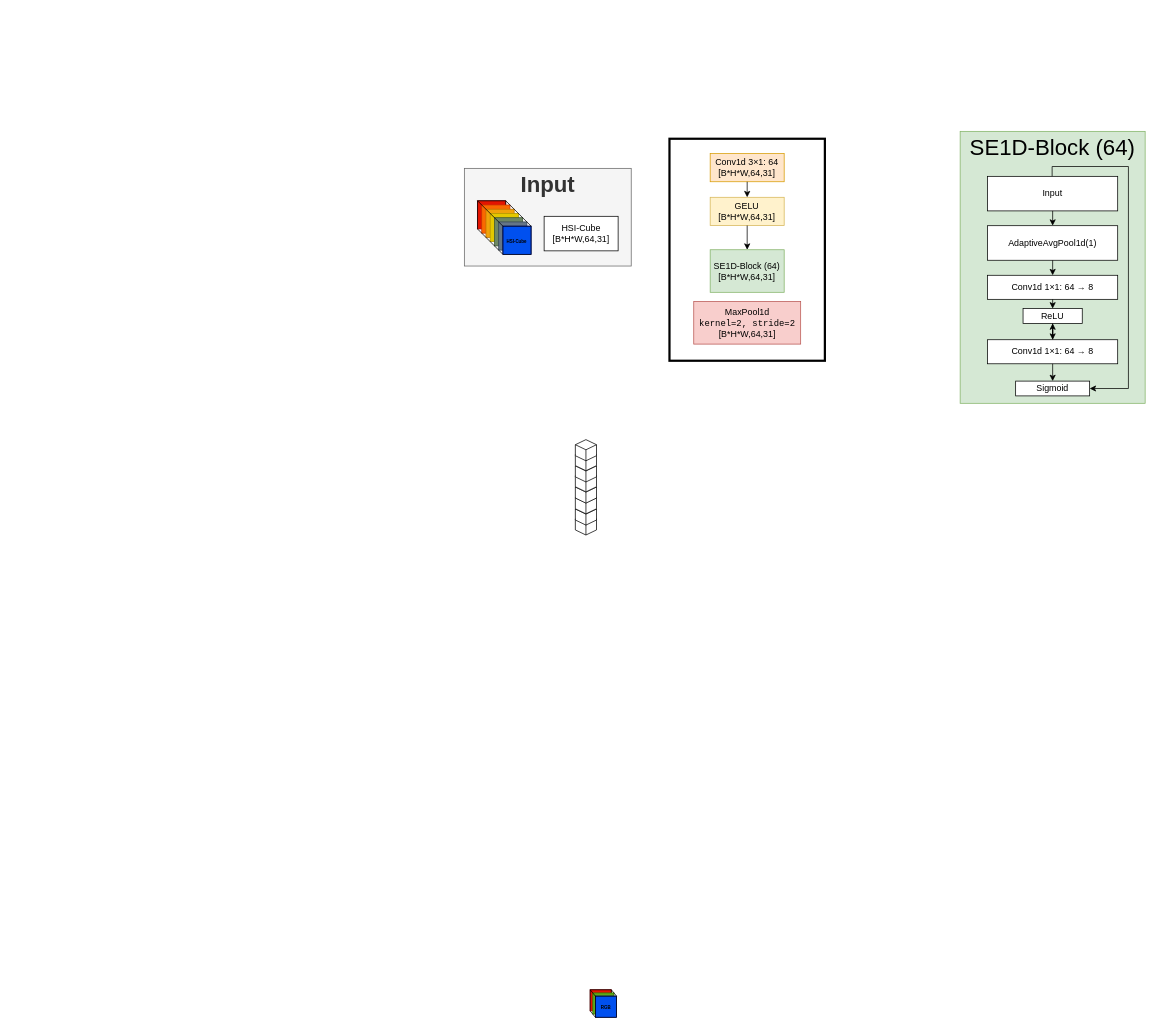
Above: HYDRA_v1.drawio in Kevb-source/diagramms.net (draw.io), before the change. Source tidied: cells renumbered, new cells numbered last; positions are measured from the earlier drawing's top-left corner, leaving out a move shared by most shapes. Both pictures are drawn from the tidied source at 74%, with x=0, y=0 at pixel (464, 131).
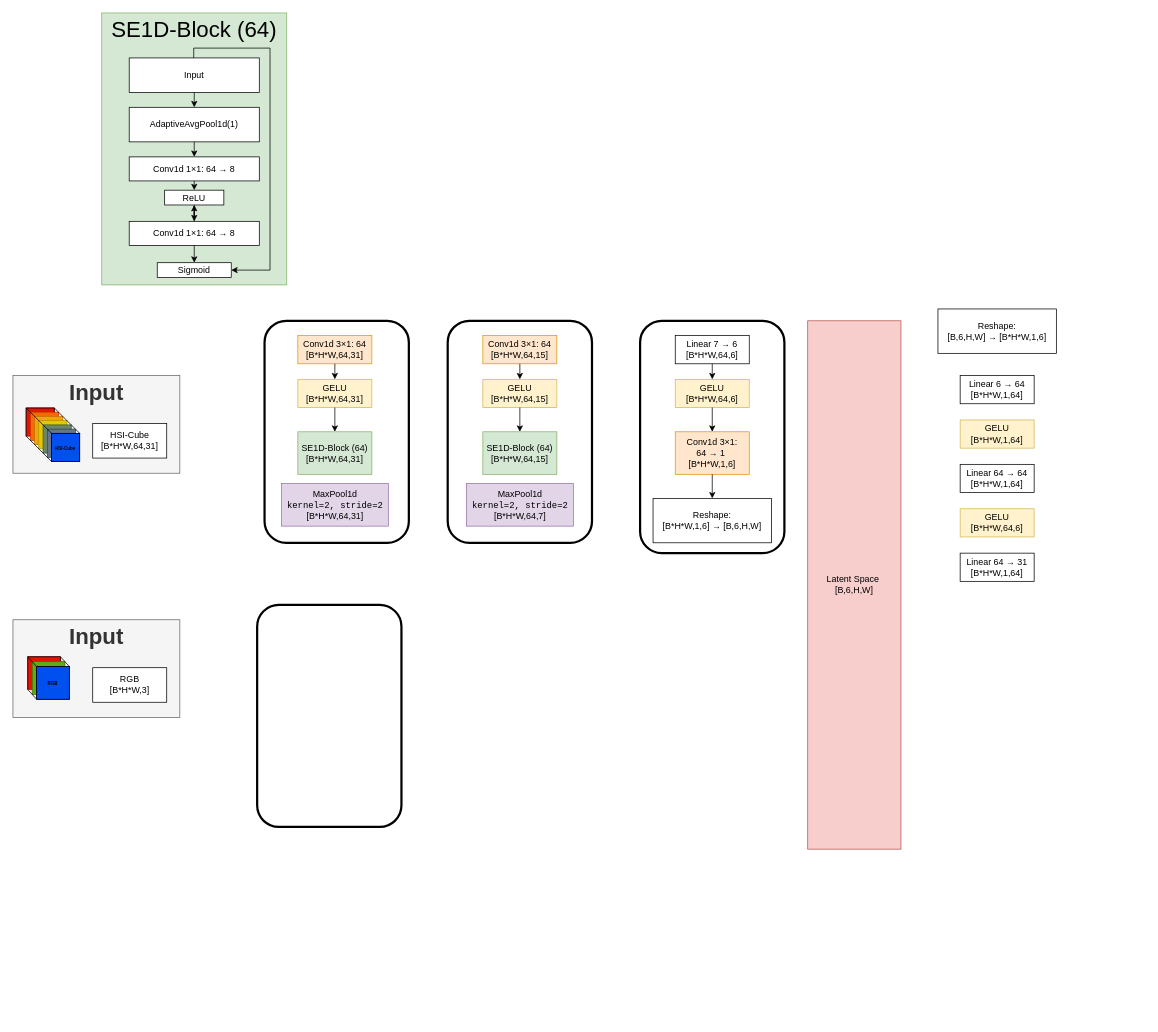
Above is the later version.

What changed in the source:
```diff
@@
-    <mxCell id="2" style="rounded=0;whiteSpace=wrap;html=1;fillColor=none;strokeWidth=3;" parent="1" vertex="1">
-      <mxGeometry x="277.2" y="10" width="210" height="300" as="geometry" />
-    </mxCell>
-    <mxCell id="3" style="group;" parent="1" vertex="1">
-      <mxGeometry x="200" y="870" width="50" height="60" as="geometry" />
-    </mxCell>
-    <mxCell id="4" style="group;" parent="3" vertex="1">
-      <mxGeometry x="-30" y="290" width="35.7" height="37.1" as="geometry" />
-    </mxCell>
-    <mxCell id="5" style="whiteSpace=wrap;html=1;fillColor=#e51400;fontColor=#ffffff;strokeColor=#B20000;" parent="4" vertex="1">
-      <mxGeometry width="28.6" height="28.6" as="geometry" />
-    </mxCell>
-    <mxCell id="6" style="endArrow=none;html=1;rounded=0;entryX=1;entryY=0;entryDx=0;entryDy=0;exitX=1;exitY=1;exitDx=0;exitDy=0;" parent="4" edge="1" source="5" target="5">
-      <mxGeometry relative="1" as="geometry" />
-    </mxCell>
-    <mxCell id="7" style="whiteSpace=wrap;html=1;fillColor=#60a917;fontColor=#ffffff;strokeColor=#2D7600;" parent="4" vertex="1">
-      <mxGeometry x="3.6" y="4.3" width="28.6" height="28.6" as="geometry" />
-    </mxCell>
-    <mxCell id="8" style="whiteSpace=wrap;html=1;fillColor=#0050ef;strokeColor=#001DBC;fontColor=#ffffff;" parent="4" vertex="1">
-      <mxGeometry x="7.1" y="8.6" width="28.6" height="28.6" as="geometry" />
-    </mxCell>
-    <mxCell id="9" value="&lt;b&gt;&lt;font style=&quot;font-size: 6px;&quot;&gt;RGB&lt;/font&gt;&lt;/b&gt;" style="whiteSpace=wrap;html=1;fillColor=none;align=center;" parent="4" vertex="1">
-      <mxGeometry x="7.1" y="8.6" width="28.6" height="28.6" as="geometry" />
-    </mxCell>
-    <mxCell id="10" style="endArrow=none;html=1;rounded=0;entryX=1;entryY=0;entryDx=0;entryDy=0;exitX=1;exitY=0;exitDx=0;exitDy=0;" parent="4" edge="1" source="5" target="9">
-      <mxGeometry relative="1" as="geometry" />
-    </mxCell>
-    <mxCell id="11" style="endArrow=none;html=1;rounded=0;entryX=0;entryY=0;entryDx=0;entryDy=0;exitX=0;exitY=0;exitDx=0;exitDy=0;" parent="4" edge="1" source="5" target="9">
-      <mxGeometry relative="1" as="geometry" />
-    </mxCell>
-    <mxCell id="12" style="endArrow=none;html=1;rounded=0;entryX=0;entryY=1;entryDx=0;entryDy=0;exitX=0;exitY=1;exitDx=0;exitDy=0;" parent="4" edge="1" source="5" target="9">
-      <mxGeometry relative="1" as="geometry" />
-    </mxCell>
-    <mxCell id="13" style="endArrow=none;html=1;rounded=0;entryX=0;entryY=0;entryDx=0;entryDy=0;exitX=1;exitY=0;exitDx=0;exitDy=0;" parent="4" edge="1">
-      <mxGeometry relative="1" as="geometry">
-        <mxPoint x="28.6" as="sourcePoint" />
-        <mxPoint as="targetPoint" />
-      </mxGeometry>
-    </mxCell>
-    <mxCell id="14" style="endArrow=none;html=1;rounded=0;entryX=0;entryY=0;entryDx=0;entryDy=0;exitX=0;exitY=1;exitDx=0;exitDy=0;" parent="4" edge="1" source="5" target="5">
-      <mxGeometry relative="1" as="geometry" />
-    </mxCell>
-    <mxCell id="15" value="&lt;div&gt;Conv1d 3×1: 64&lt;/div&gt;&lt;div&gt;[B*H*W,64,31]&lt;/div&gt;" style="rounded=0;whiteSpace=wrap;html=1;fillColor=#ffe6cc;strokeColor=#d79b00;" parent="1" vertex="1">
-      <mxGeometry x="332.2" y="30" width="100" height="38.1" as="geometry" />
-    </mxCell>
     <mxCell id="16" style="group;" parent="1" vertex="1">
-      <mxGeometry x="670" width="250" height="367.5" as="geometry" />
+      <mxGeometry x="-490" y="-160" width="250" height="367.5" as="geometry" />
     </mxCell>
@@
-    <mxCell id="31" style="group;" parent="1" vertex="1">
-      <mxGeometry x="150" y="430" width="28.6" height="115.5" as="geometry" />
-    </mxCell>
-    <mxCell id="32" style="html=1;whiteSpace=wrap;shape=isoCube2;backgroundOutline=1;isoAngle=15;" parent="31" vertex="1">
-      <mxGeometry y="86.9" width="28.6" height="28.6" as="geometry" />
-    </mxCell>
-    <mxCell id="33" style="html=1;whiteSpace=wrap;shape=isoCube2;backgroundOutline=1;isoAngle=15;" parent="31" vertex="1">
-      <mxGeometry y="73.5" width="28.6" height="28.6" as="geometry" />
-    </mxCell>
-    <mxCell id="34" style="html=1;whiteSpace=wrap;shape=isoCube2;backgroundOutline=1;isoAngle=15;" parent="31" vertex="1">
-      <mxGeometry y="58.3" width="28.6" height="28.6" as="geometry" />
-    </mxCell>
-    <mxCell id="35" style="html=1;whiteSpace=wrap;shape=isoCube2;backgroundOutline=1;isoAngle=15;" parent="31" vertex="1">
-      <mxGeometry y="43.8" width="28.6" height="28.6" as="geometry" />
-    </mxCell>
-    <mxCell id="36" style="html=1;whiteSpace=wrap;shape=isoCube2;backgroundOutline=1;isoAngle=15;" parent="31" vertex="1">
-      <mxGeometry y="28.6" width="28.6" height="28.6" as="geometry" />
-    </mxCell>
-    <mxCell id="37" style="html=1;whiteSpace=wrap;shape=isoCube2;backgroundOutline=1;isoAngle=15;" parent="31" vertex="1">
-      <mxGeometry y="15.2" width="28.6" height="28.6" as="geometry" />
-    </mxCell>
-    <mxCell id="38" style="html=1;whiteSpace=wrap;shape=isoCube2;backgroundOutline=1;isoAngle=15;" parent="31" vertex="1">
-      <mxGeometry width="28.6" height="28.6" as="geometry" />
-    </mxCell>
-    <mxCell id="39" style="html=1;whiteSpace=wrap;shape=isoCube2;backgroundOutline=1;isoAngle=15;" parent="31" vertex="1">
-      <mxGeometry y="-13.4" width="28.6" height="28.6" as="geometry" />
-    </mxCell>
-    <mxCell id="40" value="&lt;div&gt;GELU&lt;/div&gt;[B*H*W,64,31]" style="rounded=0;whiteSpace=wrap;html=1;fillColor=#fff2cc;strokeColor=#d6b656;" parent="1" vertex="1">
-      <mxGeometry x="332.2" y="89.1" width="100" height="38.1" as="geometry" />
-    </mxCell>
-    <mxCell id="41" value="&lt;div&gt;SE1D-Block (64)&lt;/div&gt;&lt;div&gt;[B*H*W,64,31]&lt;/div&gt;" style="rounded=0;whiteSpace=wrap;html=1;fillColor=#d5e8d4;strokeColor=#82b366;" parent="1" vertex="1">
-      <mxGeometry x="332.2" y="160" width="100" height="57.5" as="geometry" />
-    </mxCell>
-    <mxCell id="42" style="endArrow=classic;html=1;rounded=0;exitX=0.5;exitY=1;exitDx=0;exitDy=0;" parent="1" edge="1" source="15" target="40">
-      <mxGeometry relative="1" as="geometry" />
-    </mxCell>
-    <mxCell id="43" style="endArrow=classic;html=1;rounded=0;exitX=0.5;exitY=1;exitDx=0;exitDy=0;entryX=0.5;entryY=0;entryDx=0;entryDy=0;" parent="1" edge="1" source="40" target="41">
-      <mxGeometry relative="1" as="geometry" />
-    </mxCell>
-    <mxCell id="44" value="&lt;div&gt;MaxPool1d&lt;code&gt;&lt;span&gt;&lt;br&gt;kernel=2, stride=2&lt;/span&gt;&lt;/code&gt;&lt;/div&gt;&lt;div&gt;[B*H*W,64,31]&lt;/div&gt;" style="rounded=0;whiteSpace=wrap;html=1;fillColor=#f8cecc;strokeColor=#b85450;" parent="1" vertex="1">
-      <mxGeometry x="310" y="230" width="144.5" height="57.5" as="geometry" />
-    </mxCell>
     <mxCell id="45" style="group;" parent="1" vertex="1">
-      <mxGeometry y="50" width="225.5" height="132" as="geometry" />
+      <mxGeometry x="-610" y="330" width="225.5" height="132" as="geometry" />
     </mxCell>
@@
+    <mxCell id="63" style="group;strokeWidth=4;" parent="1" vertex="1">
+      <mxGeometry x="-280" y="256" width="210" height="300" as="geometry" />
+    </mxCell>
+    <mxCell id="15" value="&lt;div&gt;Conv1d 3×1: 64&lt;/div&gt;&lt;div&gt;[B*H*W,64,31]&lt;/div&gt;" style="rounded=0;whiteSpace=wrap;html=1;fillColor=#ffe6cc;strokeColor=#d79b00;" parent="63" vertex="1">
+      <mxGeometry x="55" y="20" width="100" height="38.1" as="geometry" />
+    </mxCell>
+    <mxCell id="40" value="&lt;div&gt;GELU&lt;/div&gt;[B*H*W,64,31]" style="rounded=0;whiteSpace=wrap;html=1;fillColor=#fff2cc;strokeColor=#d6b656;" parent="63" vertex="1">
+      <mxGeometry x="55" y="79.1" width="100" height="38.1" as="geometry" />
+    </mxCell>
+    <mxCell id="41" value="&lt;div&gt;SE1D-Block (64)&lt;/div&gt;&lt;div&gt;[B*H*W,64,31]&lt;/div&gt;" style="rounded=0;whiteSpace=wrap;html=1;fillColor=#d5e8d4;strokeColor=#82b366;" parent="63" vertex="1">
+      <mxGeometry x="55" y="150" width="100" height="57.5" as="geometry" />
+    </mxCell>
+    <mxCell id="42" style="endArrow=classic;html=1;rounded=0;exitX=0.5;exitY=1;exitDx=0;exitDy=0;" parent="63" edge="1" source="15" target="40">
+      <mxGeometry relative="1" as="geometry" />
+    </mxCell>
+    <mxCell id="43" style="endArrow=classic;html=1;rounded=0;exitX=0.5;exitY=1;exitDx=0;exitDy=0;entryX=0.5;entryY=0;entryDx=0;entryDy=0;" parent="63" edge="1" source="40" target="41">
+      <mxGeometry relative="1" as="geometry" />
+    </mxCell>
+    <mxCell id="44" value="&lt;div&gt;MaxPool1d&lt;code&gt;&lt;span&gt;&lt;br&gt;kernel=2, stride=2&lt;/span&gt;&lt;/code&gt;&lt;/div&gt;&lt;div&gt;[B*H*W,64,31]&lt;/div&gt;" style="rounded=0;whiteSpace=wrap;html=1;fillColor=#e1d5e7;strokeColor=#9673a6;" parent="63" vertex="1">
+      <mxGeometry x="32.8" y="220" width="144.5" height="57.5" as="geometry" />
+    </mxCell>
+    <mxCell id="64" style="rounded=1;whiteSpace=wrap;html=1;fillColor=none;strokeWidth=3;" parent="63" vertex="1">
+      <mxGeometry x="10" width="195" height="300" as="geometry" />
+    </mxCell>
+    <mxCell id="65" style="group;" parent="1" vertex="1">
+      <mxGeometry x="-30" y="256" width="210" height="300" as="geometry" />
+    </mxCell>
+    <mxCell id="66" value="&lt;div&gt;Conv1d 3×1: 64&lt;/div&gt;&lt;div&gt;[B*H*W,64,15]&lt;/div&gt;" style="rounded=0;whiteSpace=wrap;html=1;fillColor=#ffe6cc;strokeColor=#d79b00;" parent="65" vertex="1">
+      <mxGeometry x="55" y="20" width="100" height="38.1" as="geometry" />
+    </mxCell>
+    <mxCell id="67" value="&lt;div&gt;GELU&lt;/div&gt;[B*H*W,64,15]" style="rounded=0;whiteSpace=wrap;html=1;fillColor=#fff2cc;strokeColor=#d6b656;" parent="65" vertex="1">
+      <mxGeometry x="55" y="79.1" width="100" height="38.1" as="geometry" />
+    </mxCell>
+    <mxCell id="68" value="&lt;div&gt;SE1D-Block (64)&lt;/div&gt;&lt;div&gt;[B*H*W,64,15]&lt;/div&gt;" style="rounded=0;whiteSpace=wrap;html=1;fillColor=#d5e8d4;strokeColor=#82b366;" parent="65" vertex="1">
+      <mxGeometry x="55" y="150" width="100" height="57.5" as="geometry" />
+    </mxCell>
+    <mxCell id="69" style="endArrow=classic;html=1;rounded=0;exitX=0.5;exitY=1;exitDx=0;exitDy=0;" parent="65" edge="1" source="66" target="67">
+      <mxGeometry relative="1" as="geometry" />
+    </mxCell>
+    <mxCell id="70" style="endArrow=classic;html=1;rounded=0;exitX=0.5;exitY=1;exitDx=0;exitDy=0;entryX=0.5;entryY=0;entryDx=0;entryDy=0;" parent="65" edge="1" source="67" target="68">
+      <mxGeometry relative="1" as="geometry" />
+    </mxCell>
+    <mxCell id="71" value="&lt;div&gt;MaxPool1d&lt;code&gt;&lt;span&gt;&lt;br&gt;kernel=2, stride=2&lt;/span&gt;&lt;/code&gt;&lt;/div&gt;&lt;div&gt;[B*H*W,64,7]&lt;/div&gt;" style="rounded=0;whiteSpace=wrap;html=1;fillColor=#e1d5e7;strokeColor=#9673a6;" parent="65" vertex="1">
+      <mxGeometry x="32.8" y="220" width="144.5" height="57.5" as="geometry" />
+    </mxCell>
+    <mxCell id="72" style="rounded=1;whiteSpace=wrap;html=1;fillColor=none;strokeWidth=3;" parent="65" vertex="1">
+      <mxGeometry x="7.5" width="195" height="300" as="geometry" />
+    </mxCell>
+    <mxCell id="73" value="&lt;div&gt;Latent Space&amp;nbsp;&lt;/div&gt;&lt;div&gt;[B,6,H,W]&lt;/div&gt;" style="rounded=0;whiteSpace=wrap;html=1;fillColor=#f8cecc;strokeColor=#b85450;" parent="1" vertex="1">
+      <mxGeometry x="464" y="256" width="126" height="714" as="geometry" />
+    </mxCell>
+    <mxCell id="74" style="group;" parent="1" vertex="1">
+      <mxGeometry x="237.5" y="256" width="195" height="314" as="geometry" />
+    </mxCell>
+    <mxCell id="75" style="rounded=1;whiteSpace=wrap;html=1;fillColor=none;strokeWidth=3;" parent="74" vertex="1">
+      <mxGeometry width="195" height="314" as="geometry" />
+    </mxCell>
+    <mxCell id="76" value="&lt;div&gt;Linear 7&amp;nbsp;→&amp;nbsp;6&lt;/div&gt;&lt;div&gt;[B*H*W,64,6]&lt;/div&gt;" style="rounded=0;whiteSpace=wrap;html=1;" parent="74" vertex="1">
+      <mxGeometry x="47.5" y="20" width="100" height="38.1" as="geometry" />
+    </mxCell>
+    <mxCell id="77" value="&lt;div&gt;GELU&lt;/div&gt;[B*H*W,64,6]" style="rounded=0;whiteSpace=wrap;html=1;fillColor=#fff2cc;strokeColor=#d6b656;" parent="74" vertex="1">
+      <mxGeometry x="47.5" y="79.1" width="100" height="38.1" as="geometry" />
+    </mxCell>
+    <mxCell id="78" value="&lt;div&gt;Conv1d 3×1: 64&amp;nbsp;→ 1&amp;nbsp;&lt;/div&gt;&lt;div&gt;[B*H*W,1,6]&lt;/div&gt;" style="rounded=0;whiteSpace=wrap;html=1;fillColor=#ffe6cc;strokeColor=#d79b00;" parent="74" vertex="1">
+      <mxGeometry x="47.5" y="150" width="100" height="57.5" as="geometry" />
+    </mxCell>
+    <mxCell id="79" style="endArrow=classic;html=1;rounded=0;exitX=0.5;exitY=1;exitDx=0;exitDy=0;" parent="74" edge="1" source="76" target="77">
+      <mxGeometry relative="1" as="geometry" />
+    </mxCell>
+    <mxCell id="80" style="endArrow=classic;html=1;rounded=0;exitX=0.5;exitY=1;exitDx=0;exitDy=0;entryX=0.5;entryY=0;entryDx=0;entryDy=0;" parent="74" edge="1" source="77" target="78">
+      <mxGeometry relative="1" as="geometry" />
+    </mxCell>
+    <mxCell id="81" value="Reshape:&lt;div&gt;[B*H*W,1,6]&amp;nbsp;→&amp;nbsp;[B,6,H,W]&lt;/div&gt;" style="rounded=0;whiteSpace=wrap;html=1;" parent="74" vertex="1">
+      <mxGeometry x="17.5" y="240" width="160" height="60" as="geometry" />
+    </mxCell>
+    <mxCell id="82" style="endArrow=classic;html=1;rounded=0;exitX=0.5;exitY=1;exitDx=0;exitDy=0;entryX=0.5;entryY=0;entryDx=0;entryDy=0;" parent="74" edge="1" source="78" target="81">
+      <mxGeometry relative="1" as="geometry" />
+    </mxCell>
+    <mxCell id="83" style="group;" parent="1" vertex="1">
+      <mxGeometry x="-610" y="660" width="225.5" height="132" as="geometry" />
+    </mxCell>
+    <mxCell id="84" value="&lt;br&gt;&lt;h1 align=&quot;center&quot;&gt;&lt;b&gt;&lt;font style=&quot;font-size: 30px;&quot;&gt;Input&lt;/font&gt;&lt;/b&gt;&lt;/h1&gt;&lt;div&gt;&lt;br&gt;&lt;/div&gt;&lt;div&gt;&lt;br&gt;&lt;/div&gt;&lt;div&gt;&lt;br&gt;&lt;/div&gt;&lt;div&gt;&lt;br&gt;&lt;/div&gt;&lt;div&gt;&lt;br&gt;&lt;/div&gt;&lt;div&gt;&lt;br&gt;&lt;/div&gt;&lt;div&gt;&lt;br&gt;&lt;/div&gt;" style="rounded=0;whiteSpace=wrap;html=1;fillColor=#f5f5f5;strokeColor=#666666;fontColor=#333333;align=center;" parent="83" vertex="1">
+      <mxGeometry width="225.5" height="132" as="geometry" />
+    </mxCell>
+    <mxCell id="85" style="group;" parent="83" vertex="1">
+      <mxGeometry x="20" y="50" width="60" height="57.5" as="geometry" />
+    </mxCell>
+    <mxCell id="86" style="whiteSpace=wrap;html=1;fillColor=#e51400;fontColor=#ffffff;strokeColor=#B20000;" parent="85" vertex="1">
+      <mxGeometry width="44.2" height="44.2" as="geometry" />
+    </mxCell>
+    <mxCell id="87" style="endArrow=none;html=1;rounded=0;entryX=1;entryY=0;entryDx=0;entryDy=0;exitX=1;exitY=1;exitDx=0;exitDy=0;" parent="85" edge="1" source="86" target="86">
+      <mxGeometry relative="1" as="geometry" />
+    </mxCell>
+    <mxCell id="88" style="whiteSpace=wrap;html=1;fillColor=#60a917;fontColor=#ffffff;strokeColor=#2D7600;" parent="85" vertex="1">
+      <mxGeometry x="6" y="6.6" width="44.2" height="44.2" as="geometry" />
+    </mxCell>
+    <mxCell id="89" style="whiteSpace=wrap;html=1;fillColor=#0050ef;strokeColor=#001DBC;fontColor=#ffffff;" parent="85" vertex="1">
+      <mxGeometry x="12" y="13.3" width="44.2" height="44.2" as="geometry" />
+    </mxCell>
+    <mxCell id="9" value="&lt;b&gt;&lt;font style=&quot;font-size: 6px;&quot;&gt;RGB&lt;/font&gt;&lt;/b&gt;" style="whiteSpace=wrap;html=1;fillColor=none;align=center;" parent="85" vertex="1">
+      <mxGeometry x="12" y="13.3" width="44.2" height="44.2" as="geometry" />
+    </mxCell>
+    <mxCell id="90" style="endArrow=none;html=1;rounded=0;entryX=1;entryY=0;entryDx=0;entryDy=0;exitX=1;exitY=0;exitDx=0;exitDy=0;" parent="85" edge="1" source="86" target="9">
+      <mxGeometry relative="1" as="geometry" />
+    </mxCell>
+    <mxCell id="91" style="endArrow=none;html=1;rounded=0;entryX=0;entryY=0;entryDx=0;entryDy=0;exitX=0;exitY=0;exitDx=0;exitDy=0;" parent="85" edge="1" source="86" target="9">
+      <mxGeometry relative="1" as="geometry" />
+    </mxCell>
+    <mxCell id="92" style="endArrow=none;html=1;rounded=0;entryX=0;entryY=1;entryDx=0;entryDy=0;exitX=0;exitY=1;exitDx=0;exitDy=0;" parent="85" edge="1" source="86" target="9">
+      <mxGeometry relative="1" as="geometry" />
+    </mxCell>
+    <mxCell id="93" style="endArrow=none;html=1;rounded=0;entryX=0;entryY=0;entryDx=0;entryDy=0;exitX=1;exitY=0;exitDx=0;exitDy=0;" parent="85" edge="1" source="86">
+      <mxGeometry relative="1" as="geometry">
+        <mxPoint as="targetPoint" />
+      </mxGeometry>
+    </mxCell>
+    <mxCell id="94" style="endArrow=none;html=1;rounded=0;entryX=0;entryY=0;entryDx=0;entryDy=0;exitX=0;exitY=1;exitDx=0;exitDy=0;" parent="85" edge="1" source="86" target="86">
+      <mxGeometry relative="1" as="geometry" />
+    </mxCell>
+    <mxCell id="95" value="RGB&lt;br&gt;[B*H*W,3]" style="rounded=0;whiteSpace=wrap;html=1;" parent="83" vertex="1">
+      <mxGeometry x="107.8" y="64.8" width="100" height="46.7" as="geometry" />
+    </mxCell>
+    <mxCell id="96" style="rounded=1;whiteSpace=wrap;html=1;fillColor=none;strokeWidth=3;" parent="1" vertex="1">
+      <mxGeometry x="-280" y="640" width="195" height="300" as="geometry" />
+    </mxCell>
+    <mxCell id="97" value="&lt;div&gt;Linear 6 → 64&lt;/div&gt;&lt;div&gt;[B*H*W,1,64]&lt;/div&gt;" style="rounded=0;whiteSpace=wrap;html=1;" parent="1" vertex="1">
+      <mxGeometry x="670" y="330" width="100" height="38.1" as="geometry" />
+    </mxCell>
+    <mxCell id="98" value="&lt;div&gt;GELU&lt;/div&gt;[B*H*W,1,64]" style="rounded=0;whiteSpace=wrap;html=1;fillColor=#fff2cc;strokeColor=#d6b656;" parent="1" vertex="1">
+      <mxGeometry x="670" y="390" width="100" height="38.1" as="geometry" />
+    </mxCell>
+    <mxCell id="99" value="&lt;div&gt;Linear 64 → 64&lt;/div&gt;&lt;div&gt;[B*H*W,1,64]&lt;/div&gt;" style="rounded=0;whiteSpace=wrap;html=1;" parent="1" vertex="1">
+      <mxGeometry x="670" y="450" width="100" height="38.1" as="geometry" />
+    </mxCell>
+    <mxCell id="100" value="&lt;div&gt;GELU&lt;/div&gt;[B*H*W,64,6]" style="rounded=0;whiteSpace=wrap;html=1;fillColor=#fff2cc;strokeColor=#d6b656;" parent="1" vertex="1">
+      <mxGeometry x="670" y="510" width="100" height="38.1" as="geometry" />
+    </mxCell>
+    <mxCell id="101" value="&lt;div&gt;Linear 64 → 31&lt;/div&gt;&lt;div&gt;[B*H*W,1,64]&lt;/div&gt;" style="rounded=0;whiteSpace=wrap;html=1;" parent="1" vertex="1">
+      <mxGeometry x="670" y="570" width="100" height="38.1" as="geometry" />
+    </mxCell>
+    <mxCell id="102" value="&lt;div&gt;Reshape:&lt;/div&gt;&lt;div&gt;[B,6,H,W]&amp;nbsp;→&amp;nbsp;[B*H*W,1,6]&lt;/div&gt;" style="rounded=0;whiteSpace=wrap;html=1;" parent="1" vertex="1">
+      <mxGeometry x="640" y="240" width="160" height="60" as="geometry" />
+    </mxCell>
```
